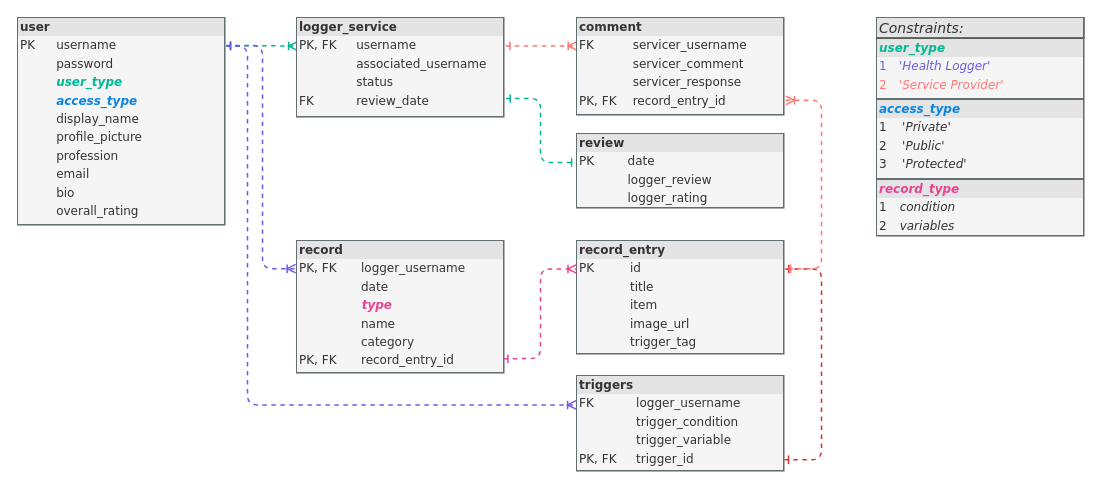
mervin-njy/trigg-track-v2 keeps this draw.io diagram as diagrams/database/database_tables_relationships.drawio. Above is the earlier version. Source tidied: cells renumbered, new cells numbered last; positions are measured from the earlier drawing's top-left corner, leaving out a move shared by most shapes. Both pictures are drawn from the tidied source at 100%, with x=0, y=0 at pixel (17, 17).
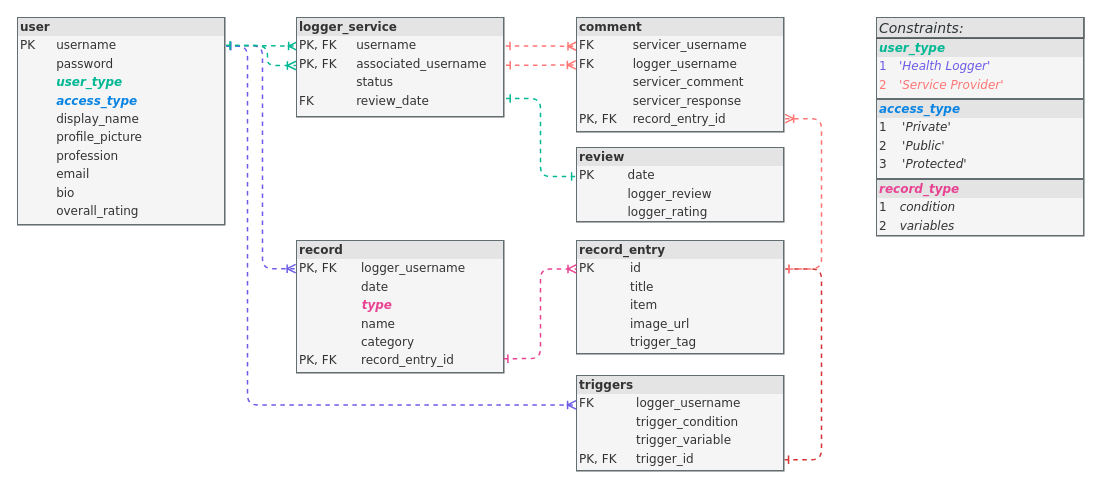
Above is the later version.

Commit message (it also covers changes not shown here):
concat key for user > logger-service > comment works

1. pkey & fkey combination
2. diagram rs lines added

Unchanged cells that the change refers to:
```xml
<mxCell id="2" value="&lt;div style=&quot;box-sizing: border-box ; width: 100% ; background: #e4e4e4 ; padding: 2px&quot;&gt;&lt;b&gt;user&lt;/b&gt;&lt;/div&gt;&lt;table style=&quot;width: 100% ; font-size: 1em&quot; cellpadding=&quot;2&quot; cellspacing=&quot;0&quot;&gt;&lt;tbody&gt;&lt;tr&gt;&lt;td&gt;PK&lt;/td&gt;&lt;td&gt;username&lt;/td&gt;&lt;/tr&gt;&lt;tr&gt;&lt;td&gt;&lt;br&gt;&lt;/td&gt;&lt;td&gt;password&lt;/td&gt;&lt;/tr&gt;&lt;tr&gt;&lt;td&gt;&lt;/td&gt;&lt;td&gt;&lt;font color=&quot;#00b894&quot;&gt;&lt;b&gt;&lt;i&gt;user_type&lt;/i&gt;&lt;/b&gt;&lt;/font&gt;&lt;/td&gt;&lt;/tr&gt;&lt;tr&gt;&lt;td&gt;&lt;i&gt;&lt;br&gt;&lt;/i&gt;&lt;/td&gt;&lt;td&gt;&lt;font color=&quot;#0984e3&quot;&gt;&lt;b&gt;&lt;i&gt;access_type&lt;/i&gt;&lt;/b&gt;&lt;/font&gt;&lt;br&gt;&lt;/td&gt;&lt;/tr&gt;&lt;tr&gt;&lt;td&gt;&lt;br&gt;&lt;/td&gt;&lt;td&gt;display_name&lt;br&gt;&lt;/td&gt;&lt;/tr&gt;&lt;tr&gt;&lt;td&gt;&lt;br&gt;&lt;/td&gt;&lt;td&gt;profile_picture&lt;br&gt;&lt;/td&gt;&lt;/tr&gt;&lt;tr&gt;&lt;td&gt;&lt;br&gt;&lt;/td&gt;&lt;td&gt;profession&lt;br&gt;&lt;/td&gt;&lt;/tr&gt;&lt;tr&gt;&lt;td&gt;&lt;br&gt;&lt;/td&gt;&lt;td&gt;email&lt;/td&gt;&lt;/tr&gt;&lt;tr&gt;&lt;td&gt;&lt;br&gt;&lt;/td&gt;&lt;td&gt;bio&lt;br&gt;&lt;/td&gt;&lt;/tr&gt;&lt;tr&gt;&lt;td&gt;&lt;br&gt;&lt;/td&gt;&lt;td&gt;overall_rating&lt;br&gt;&lt;/td&gt;&lt;/tr&gt;&lt;/tbody&gt;&lt;/table&gt;" style="verticalAlign=top;align=left;overflow=fill;html=1;rounded=0;shadow=0;comic=0;labelBackgroundColor=none;strokeWidth=0.5;fontFamily=Verdana;fontSize=12;fillColor=#f5f5f5;strokeColor=#666666;fontColor=#333333;glass=0;noLabel=0;portConstraint=none;labelPadding=0;strokeOpacity=100;perimeterSpacing=0;spacingTop=0;spacing=2;spacingLeft=0;labelBorderColor=#636e72;" parent="1" vertex="1">
  <mxGeometry width="208" height="208" as="geometry" />
</mxCell>
<mxCell id="14" value="&lt;div style=&quot;box-sizing: border-box ; width: 100% ; background: #e4e4e4 ; padding: 2px&quot;&gt;&lt;b&gt;record_entry&lt;/b&gt;&lt;/div&gt;&lt;table style=&quot;width: 100% ; font-size: 1em&quot; cellpadding=&quot;2&quot; cellspacing=&quot;0&quot;&gt;&lt;tbody&gt;&lt;tr&gt;&lt;td&gt;PK&lt;/td&gt;&lt;td&gt;&lt;br&gt;&lt;/td&gt;&lt;td&gt;id&lt;/td&gt;&lt;/tr&gt;&lt;tr&gt;&lt;td&gt;&lt;br&gt;&lt;/td&gt;&lt;td&gt;&lt;br&gt;&lt;/td&gt;&lt;td&gt;title&lt;/td&gt;&lt;/tr&gt;&lt;tr&gt;&lt;td&gt;&lt;br&gt;&lt;/td&gt;&lt;td&gt;&lt;br&gt;&lt;/td&gt;&lt;td&gt;item&lt;br&gt;&lt;/td&gt;&lt;/tr&gt;&lt;tr&gt;&lt;td&gt;&lt;/td&gt;&lt;td&gt;&lt;br&gt;&lt;/td&gt;&lt;td&gt;image_url&lt;/td&gt;&lt;/tr&gt;&lt;tr&gt;&lt;td&gt;&lt;br&gt;&lt;/td&gt;&lt;td&gt;&lt;br&gt;&lt;/td&gt;&lt;td&gt;trigger_tag&lt;/td&gt;&lt;/tr&gt;&lt;/tbody&gt;&lt;/table&gt;" style="verticalAlign=top;align=left;overflow=fill;html=1;rounded=0;shadow=0;comic=0;labelBackgroundColor=none;strokeWidth=0.5;fontFamily=Verdana;fontSize=12;fillColor=#f5f5f5;strokeColor=#666666;fontColor=#333333;labelBorderColor=#636e72;" parent="1" vertex="1">
  <mxGeometry x="559" y="222.9" width="208" height="114" as="geometry" />
</mxCell>
```

Diff of the diagram source:
```diff
@@
     <mxCell id="4" value="&lt;div style=&quot;box-sizing: border-box ; width: 100% ; background: #e4e4e4 ; padding: 2px&quot;&gt;&lt;b&gt;review&lt;/b&gt;&lt;/div&gt;&lt;table style=&quot;width: 100% ; font-size: 1em&quot; cellpadding=&quot;2&quot; cellspacing=&quot;0&quot;&gt;&lt;tbody&gt;&lt;tr&gt;&lt;td&gt;PK&lt;/td&gt;&lt;td&gt;&lt;br&gt;&lt;/td&gt;&lt;td&gt;&lt;br&gt;&lt;/td&gt;&lt;td&gt;date&lt;/td&gt;&lt;/tr&gt;&lt;tr&gt;&lt;td&gt;&lt;br&gt;&lt;/td&gt;&lt;td&gt;&lt;br&gt;&lt;/td&gt;&lt;td&gt;&lt;br&gt;&lt;/td&gt;&lt;td&gt;logger_review&lt;br&gt;&lt;/td&gt;&lt;/tr&gt;&lt;tr&gt;&lt;td&gt;&lt;/td&gt;&lt;td&gt;&lt;br&gt;&lt;/td&gt;&lt;td&gt;&lt;br&gt;&lt;/td&gt;&lt;td&gt;logger_rating&lt;/td&gt;&lt;/tr&gt;&lt;/tbody&gt;&lt;/table&gt;" style="verticalAlign=top;align=left;overflow=fill;html=1;rounded=0;shadow=0;comic=0;labelBackgroundColor=none;strokeWidth=0.5;fontFamily=Verdana;fontSize=12;fillColor=#f5f5f5;strokeColor=#666666;fontColor=#333333;labelBorderColor=#636e72;" parent="1" vertex="1">
-      <mxGeometry x="559" y="116" width="208" height="75" as="geometry" />
+      <mxGeometry x="559" y="130" width="208" height="75" as="geometry" />
     </mxCell>
@@
-    <mxCell id="8" style="edgeStyle=orthogonalEdgeStyle;html=1;dashed=1;labelBackgroundColor=none;startArrow=ERone;endArrow=ERoneToMany;fontFamily=Verdana;fontSize=12;align=left;endFill=0;startFill=0;strokeColor=#ff7675;strokeWidth=1.5;entryX=0.001;entryY=0.29;entryDx=0;entryDy=0;entryPerimeter=0;exitX=1.006;exitY=0.285;exitDx=0;exitDy=0;exitPerimeter=0;" parent="1" edge="1" source="10" target="13">
+    <mxCell id="8" style="edgeStyle=orthogonalEdgeStyle;html=1;dashed=1;labelBackgroundColor=none;startArrow=ERone;endArrow=ERoneToMany;fontFamily=Verdana;fontSize=12;align=left;endFill=0;startFill=0;strokeColor=#ff7675;strokeWidth=1.5;entryX=0;entryY=0.25;entryDx=0;entryDy=0;exitX=1.006;exitY=0.285;exitDx=0;exitDy=0;exitPerimeter=0;" parent="1" edge="1" source="10" target="13">
       <mxGeometry relative="1" as="geometry" />
     </mxCell>
@@
-    <mxCell id="10" value="&lt;div style=&quot;box-sizing: border-box ; width: 100% ; background: #e4e4e4 ; padding: 2px&quot;&gt;&lt;b&gt;logger_service&lt;/b&gt;&lt;/div&gt;&lt;table style=&quot;width: 100% ; font-size: 1em&quot; cellpadding=&quot;2&quot; cellspacing=&quot;0&quot;&gt;&lt;tbody&gt;&lt;tr&gt;&lt;td&gt;PK, FK&lt;/td&gt;&lt;td&gt;&amp;nbsp; &amp;nbsp;username&lt;/td&gt;&lt;/tr&gt;&lt;tr&gt;&lt;td&gt;&lt;br&gt;&lt;/td&gt;&lt;td&gt;&amp;nbsp; &amp;nbsp;associated_username&lt;/td&gt;&lt;/tr&gt;&lt;tr&gt;&lt;td&gt;&lt;br&gt;&lt;/td&gt;&lt;td&gt;&amp;nbsp; &amp;nbsp;status&lt;/td&gt;&lt;/tr&gt;&lt;tr&gt;&lt;td&gt;FK&lt;/td&gt;&lt;td&gt;&amp;nbsp; &amp;nbsp;review_date&lt;/td&gt;&lt;/tr&gt;&lt;tr&gt;&lt;td&gt;&lt;br&gt;&lt;/td&gt;&lt;td&gt;&amp;nbsp; &amp;nbsp;&lt;/td&gt;&lt;/tr&gt;&lt;/tbody&gt;&lt;/table&gt;" style="verticalAlign=top;align=left;overflow=fill;html=1;rounded=0;shadow=0;comic=0;labelBackgroundColor=none;strokeWidth=0.5;fontFamily=Verdana;fontSize=12;fillColor=#f5f5f5;strokeColor=#666666;fontColor=#333333;labelBorderColor=#636e72;" parent="1" vertex="1">
+    <mxCell id="10" value="&lt;div style=&quot;box-sizing: border-box ; width: 100% ; background: #e4e4e4 ; padding: 2px&quot;&gt;&lt;b&gt;logger_service&lt;/b&gt;&lt;/div&gt;&lt;table style=&quot;width: 100% ; font-size: 1em&quot; cellpadding=&quot;2&quot; cellspacing=&quot;0&quot;&gt;&lt;tbody&gt;&lt;tr&gt;&lt;td&gt;PK, FK&lt;/td&gt;&lt;td&gt;&amp;nbsp; &amp;nbsp;username&lt;/td&gt;&lt;/tr&gt;&lt;tr&gt;&lt;td&gt;PK, FK&lt;/td&gt;&lt;td&gt;&amp;nbsp; &amp;nbsp;associated_username&lt;/td&gt;&lt;/tr&gt;&lt;tr&gt;&lt;td&gt;&lt;br&gt;&lt;/td&gt;&lt;td&gt;&amp;nbsp; &amp;nbsp;status&lt;/td&gt;&lt;/tr&gt;&lt;tr&gt;&lt;td&gt;FK&lt;/td&gt;&lt;td&gt;&amp;nbsp; &amp;nbsp;review_date&lt;/td&gt;&lt;/tr&gt;&lt;tr&gt;&lt;td&gt;&lt;br&gt;&lt;/td&gt;&lt;td&gt;&amp;nbsp; &amp;nbsp;&lt;/td&gt;&lt;/tr&gt;&lt;/tbody&gt;&lt;/table&gt;" style="verticalAlign=top;align=left;overflow=fill;html=1;rounded=0;shadow=0;comic=0;labelBackgroundColor=none;strokeWidth=0.5;fontFamily=Verdana;fontSize=12;fillColor=#f5f5f5;strokeColor=#666666;fontColor=#333333;labelBorderColor=#636e72;" parent="1" vertex="1">
       <mxGeometry x="279" width="208" height="100" as="geometry" />
     </mxCell>
@@
-    <mxCell id="13" value="&lt;div style=&quot;box-sizing: border-box ; width: 100% ; background: #e4e4e4 ; padding: 2px&quot;&gt;&lt;b&gt;comment&lt;/b&gt;&lt;/div&gt;&lt;table style=&quot;width: 100% ; font-size: 1em&quot; cellpadding=&quot;2&quot; cellspacing=&quot;0&quot;&gt;&lt;tbody&gt;&lt;tr&gt;&lt;td&gt;FK&lt;/td&gt;&lt;td&gt;servicer_username&lt;/td&gt;&lt;/tr&gt;&lt;tr&gt;&lt;td&gt;&lt;br&gt;&lt;/td&gt;&lt;td&gt;servicer_comment&lt;/td&gt;&lt;/tr&gt;&lt;tr&gt;&lt;td&gt;&lt;br&gt;&lt;/td&gt;&lt;td&gt;servicer_response&lt;br&gt;&lt;/td&gt;&lt;/tr&gt;&lt;tr&gt;&lt;td&gt;PK, FK&lt;/td&gt;&lt;td&gt;record_entry_id&lt;/td&gt;&lt;/tr&gt;&lt;/tbody&gt;&lt;/table&gt;" style="verticalAlign=top;align=left;overflow=fill;html=1;rounded=0;shadow=0;comic=0;labelBackgroundColor=none;strokeWidth=0.5;fontFamily=Verdana;fontSize=12;fillColor=#f5f5f5;strokeColor=#666666;fontColor=#333333;labelBorderColor=#636e72;" parent="1" vertex="1">
-      <mxGeometry x="559" width="208" height="98" as="geometry" />
+    <mxCell id="13" value="&lt;div style=&quot;box-sizing: border-box ; width: 100% ; background: #e4e4e4 ; padding: 2px&quot;&gt;&lt;b&gt;comment&lt;/b&gt;&lt;/div&gt;&lt;table style=&quot;width: 100% ; font-size: 1em&quot; cellpadding=&quot;2&quot; cellspacing=&quot;0&quot;&gt;&lt;tbody&gt;&lt;tr&gt;&lt;td&gt;FK&lt;/td&gt;&lt;td&gt;servicer_username&lt;/td&gt;&lt;/tr&gt;&lt;tr&gt;&lt;td&gt;FK&lt;/td&gt;&lt;td&gt;logger_username&lt;/td&gt;&lt;/tr&gt;&lt;tr&gt;&lt;td&gt;&lt;br&gt;&lt;/td&gt;&lt;td&gt;servicer_comment&lt;/td&gt;&lt;/tr&gt;&lt;tr&gt;&lt;td&gt;&lt;br&gt;&lt;/td&gt;&lt;td&gt;servicer_response&lt;br&gt;&lt;/td&gt;&lt;/tr&gt;&lt;tr&gt;&lt;td&gt;PK, FK&lt;/td&gt;&lt;td&gt;record_entry_id&lt;/td&gt;&lt;/tr&gt;&lt;/tbody&gt;&lt;/table&gt;" style="verticalAlign=top;align=left;overflow=fill;html=1;rounded=0;shadow=0;comic=0;labelBackgroundColor=none;strokeWidth=0.5;fontFamily=Verdana;fontSize=12;fillColor=#f5f5f5;strokeColor=#666666;fontColor=#333333;labelBorderColor=#636e72;" parent="1" vertex="1">
+      <mxGeometry x="559" width="208" height="115" as="geometry" />
     </mxCell>
@@
-    <mxCell id="15" style="edgeStyle=orthogonalEdgeStyle;html=1;dashed=1;labelBackgroundColor=none;startArrow=ERoneToMany;endArrow=ERone;fontFamily=Verdana;fontSize=12;align=left;endFill=0;startFill=0;strokeColor=#FF7675;strokeWidth=1.5;exitX=1.007;exitY=0.845;exitDx=0;exitDy=0;exitPerimeter=0;entryX=1.009;entryY=0.249;entryDx=0;entryDy=0;entryPerimeter=0;" parent="1" edge="1" source="13" target="14">
+    <mxCell id="15" style="edgeStyle=orthogonalEdgeStyle;html=1;dashed=1;labelBackgroundColor=none;startArrow=ERoneToMany;endArrow=ERone;fontFamily=Verdana;fontSize=12;align=left;endFill=0;startFill=0;strokeColor=#FF7675;strokeWidth=1.5;exitX=1.003;exitY=0.88;exitDx=0;exitDy=0;exitPerimeter=0;entryX=1;entryY=0.25;entryDx=0;entryDy=0;" parent="1" edge="1" source="13" target="14">
       <mxGeometry relative="1" as="geometry">
         <Array as="points">
-          <mxPoint x="804" y="83" />
+          <mxPoint x="804" y="101" />
           <mxPoint x="804" y="251" />
         </Array>
       </mxGeometry>
     </mxCell>
@@
+    <mxCell id="21" style="edgeStyle=orthogonalEdgeStyle;html=1;dashed=1;labelBackgroundColor=none;startArrow=ERone;endArrow=ERoneToMany;fontFamily=Verdana;fontSize=12;align=left;endFill=0;startFill=0;strokeColor=#ff7675;strokeWidth=1.5;entryX=-0.003;entryY=0.412;entryDx=0;entryDy=0;entryPerimeter=0;exitX=1.007;exitY=0.477;exitDx=0;exitDy=0;exitPerimeter=0;" parent="1" edge="1" source="10" target="13">
+      <mxGeometry relative="1" as="geometry" />
+    </mxCell>
+    <mxCell id="22" style="edgeStyle=orthogonalEdgeStyle;html=1;dashed=1;labelBackgroundColor=none;startArrow=ERone;endArrow=ERoneToMany;fontFamily=Verdana;fontSize=12;align=left;endFill=0;startFill=0;strokeColor=#00B894;strokeWidth=1.5;exitX=1.002;exitY=0.135;exitDx=0;exitDy=0;exitPerimeter=0;entryX=-0.003;entryY=0.48;entryDx=0;entryDy=0;entryPerimeter=0;" parent="1" edge="1" source="2" target="10">
+      <mxGeometry relative="1" as="geometry">
+        <Array as="points">
+          <mxPoint x="250" y="28" />
+          <mxPoint x="250" y="48" />
+        </Array>
+      </mxGeometry>
+    </mxCell>
```
